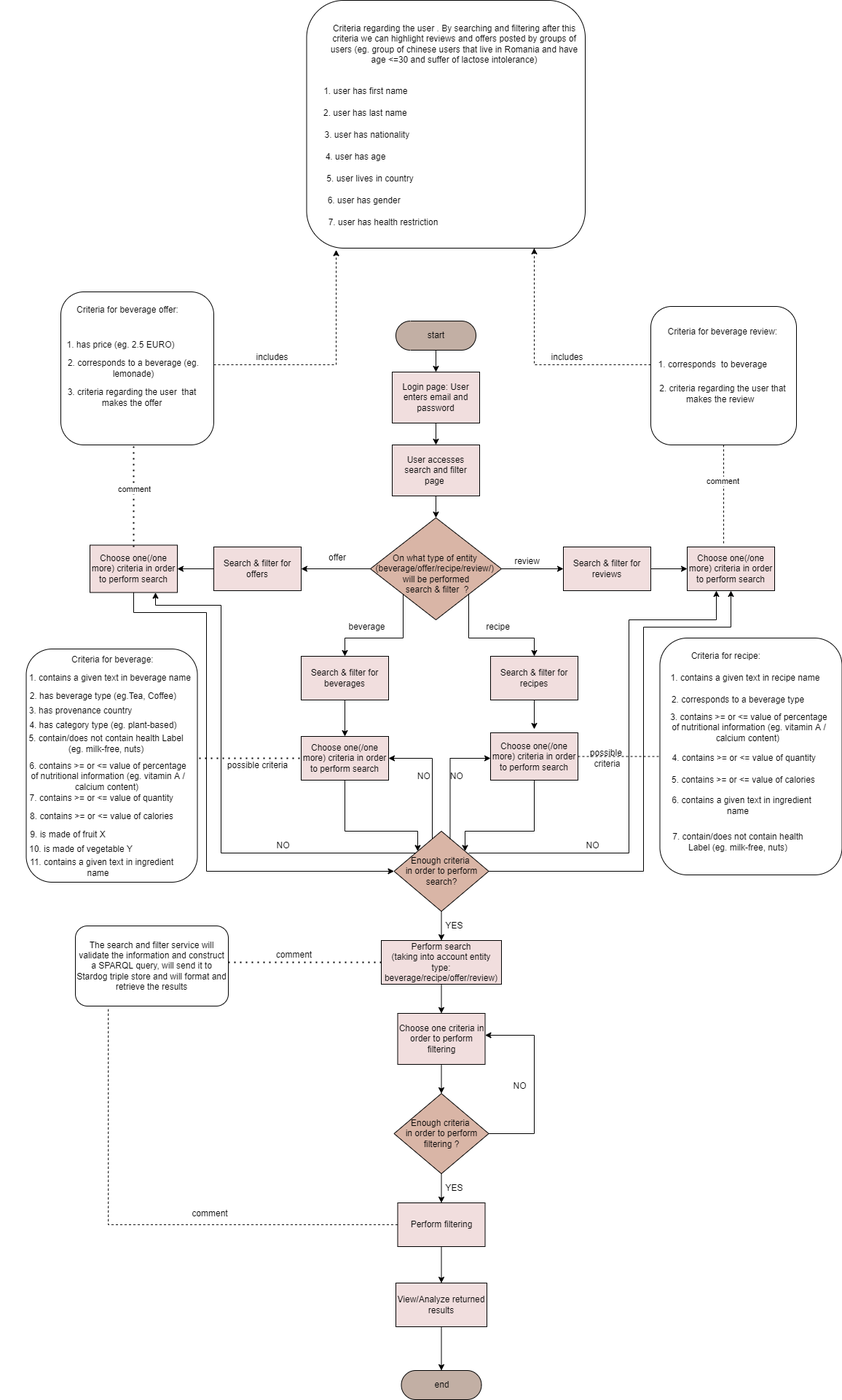
Elaech/Wade-BeM keeps this draw.io diagram as scholarly-html/res/Search&FilterTaskFlowDiagram.drawio.png. Above is the earlier version. Source tidied: cells renumbered, new cells last; positions are measured from the earlier drawing's top-left corner, leaving out a move shared by most shapes.
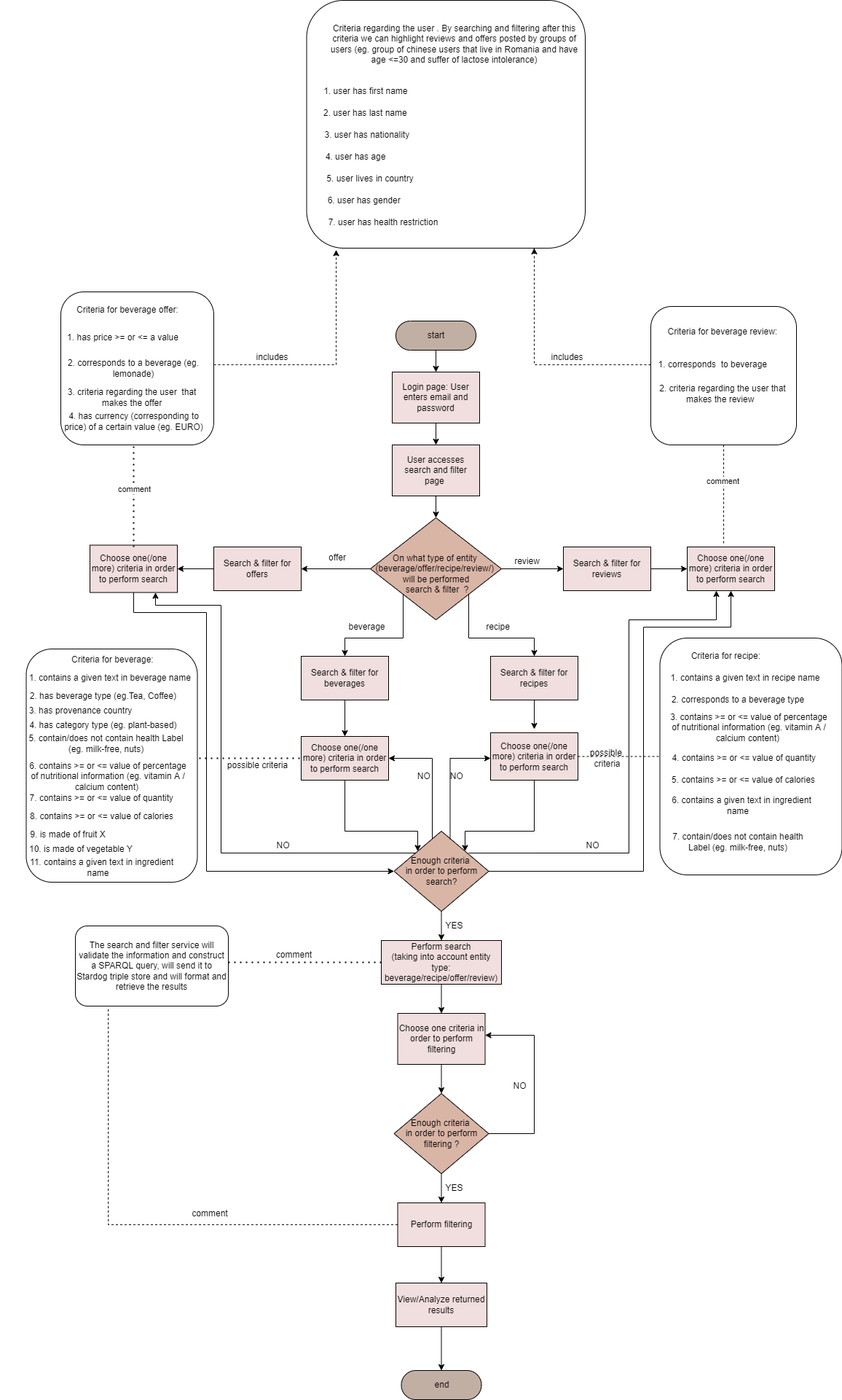
The same file after the commit.

Commit message:
small update search & filter task flow diagram

Diff of the diagram source:
```diff
@@ -354,8 +354,8 @@
     <mxCell id="95" value="Criteria for beverage offer:" style="text;html=1;strokeColor=none;fillColor=none;align=center;verticalAlign=middle;whiteSpace=wrap;rounded=0;" parent="1" vertex="1">
       <mxGeometry x="89.5" y="410" width="167.5" height="30" as="geometry" />
     </mxCell>
-    <mxCell id="96" value="1. has price&amp;nbsp;(eg. 2.5 EURO)" style="text;html=1;strokeColor=none;fillColor=none;align=center;verticalAlign=middle;whiteSpace=wrap;rounded=0;" parent="1" vertex="1">
-      <mxGeometry x="62" y="450" width="205" height="45" as="geometry" />
+    <mxCell id="96" value="1. has price &amp;gt;= or &amp;lt;= a value" style="text;html=1;strokeColor=none;fillColor=none;align=center;verticalAlign=middle;whiteSpace=wrap;rounded=0;" parent="1" vertex="1">
+      <mxGeometry x="64.5" y="440" width="205" height="45" as="geometry" />
     </mxCell>
     <mxCell id="97" value="2. corresponds to a beverage (eg. lemonade)" style="text;html=1;strokeColor=none;fillColor=none;align=center;verticalAlign=middle;whiteSpace=wrap;rounded=0;" parent="1" vertex="1">
       <mxGeometry x="72" y="485" width="220" height="40" as="geometry" />
@@ -443,5 +443,8 @@
     <mxCell id="121" value="7. contain/does not contain health Label (eg. milk-free, nuts)" style="text;html=1;strokeColor=none;fillColor=none;align=center;verticalAlign=middle;whiteSpace=wrap;rounded=0;" parent="1" vertex="1">
       <mxGeometry x="912" y="1140" width="200" height="30" as="geometry" />
     </mxCell>
+    <mxCell id="122" value="4. has currency (corresponding to price) of a certain value (eg. EURO)" style="text;html=1;strokeColor=none;fillColor=none;align=center;verticalAlign=middle;whiteSpace=wrap;rounded=0;" parent="1" vertex="1">
+      <mxGeometry x="85.8" y="562.5" width="192.5" height="30" as="geometry" />
+    </mxCell>
   </root>
 </mxGraphModel>
```
